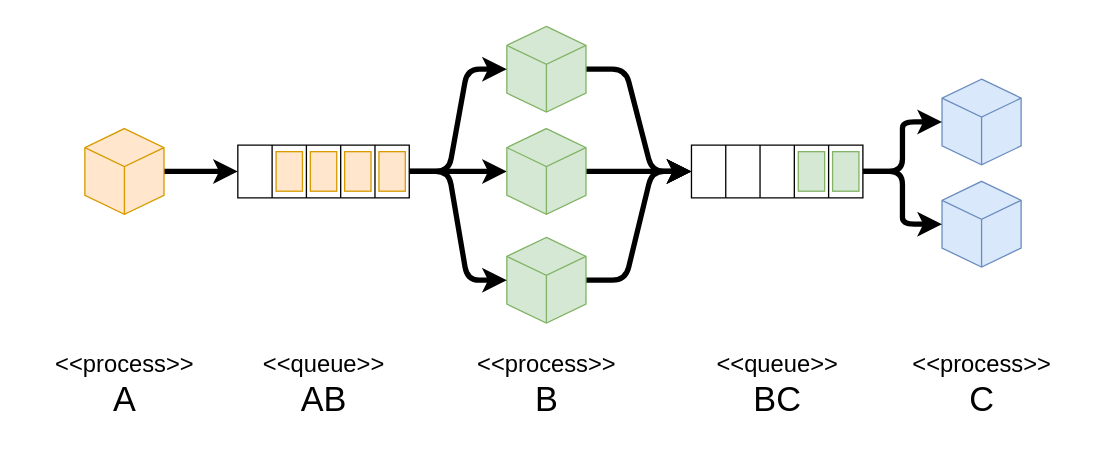
Earlier version of the draw.io export content/전산/공부/Pipe-and-Filter-by-Event-Driven.svg (reddiana/reddiana.github.io). Source tidied: cells renumbered, new cells last; positions are measured from the earlier drawing's top-left corner, leaving out a move shared by most shapes.
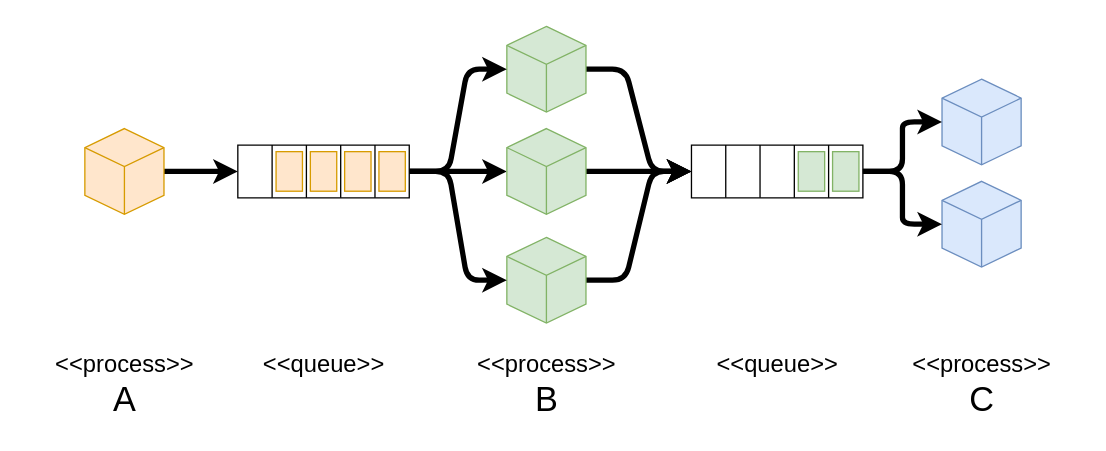
The same diagram one commit later.

Diff of the diagram source:
```diff
@@ -116,10 +116,10 @@
     <mxCell id="39" value="&lt;font style=&quot;scrollbar-width: thin; scrollbar-color: rgb(238, 238, 238) rgb(251, 251, 251); color: rgb(0, 0, 0); font-family: Helvetica; font-style: normal; font-variant-ligatures: normal; font-variant-caps: normal; font-weight: 400; letter-spacing: normal; orphans: 2; text-indent: 0px; text-transform: none; widows: 2; word-spacing: 0px; -webkit-text-stroke-width: 0px; background-color: rgb(255, 255, 255); text-decoration-thickness: initial; text-decoration-style: initial; text-decoration-color: initial; font-size: 18px;&quot;&gt;&amp;lt;&amp;lt;process&amp;gt;&amp;gt;&lt;br style=&quot;scrollbar-width: thin; scrollbar-color: rgb(238, 238, 238) rgb(251, 251, 251);&quot;&gt;&lt;/font&gt;&lt;span style=&quot;font-size: 26px;&quot;&gt;C&lt;/span&gt;" style="text;whiteSpace=wrap;html=1;fontSize=11;fontFamily=Helvetica;fontColor=default;verticalAlign=middle;align=center;" parent="1" vertex="1">
       <mxGeometry x="650" y="242" width="140" height="80" as="geometry" />
     </mxCell>
-    <mxCell id="40" value="&lt;font style=&quot;scrollbar-width: thin; scrollbar-color: rgb(238, 238, 238) rgb(251, 251, 251); color: rgb(0, 0, 0); font-family: Helvetica; font-style: normal; font-variant-ligatures: normal; font-variant-caps: normal; font-weight: 400; letter-spacing: normal; orphans: 2; text-indent: 0px; text-transform: none; widows: 2; word-spacing: 0px; -webkit-text-stroke-width: 0px; background-color: rgb(255, 255, 255); text-decoration-thickness: initial; text-decoration-style: initial; text-decoration-color: initial; font-size: 18px;&quot;&gt;&amp;lt;&amp;lt;queue&amp;gt;&amp;gt;&lt;br style=&quot;scrollbar-width: thin; scrollbar-color: rgb(238, 238, 238) rgb(251, 251, 251);&quot;&gt;&lt;/font&gt;&lt;span style=&quot;font-size: 26px;&quot;&gt;AB&lt;/span&gt;" style="text;whiteSpace=wrap;html=1;fontSize=11;fontFamily=Helvetica;fontColor=default;verticalAlign=middle;align=center;" parent="1" vertex="1">
+    <mxCell id="40" value="&lt;font style=&quot;scrollbar-width: thin; scrollbar-color: rgb(238, 238, 238) rgb(251, 251, 251); color: rgb(0, 0, 0); font-family: Helvetica; font-style: normal; font-variant-ligatures: normal; font-variant-caps: normal; font-weight: 400; letter-spacing: normal; orphans: 2; text-indent: 0px; text-transform: none; widows: 2; word-spacing: 0px; -webkit-text-stroke-width: 0px; background-color: rgb(255, 255, 255); text-decoration-thickness: initial; text-decoration-style: initial; text-decoration-color: initial; font-size: 18px;&quot;&gt;&amp;lt;&amp;lt;queue&amp;gt;&amp;gt;&lt;br style=&quot;scrollbar-width: thin; scrollbar-color: rgb(238, 238, 238) rgb(251, 251, 251);&quot;&gt;&lt;/font&gt;&lt;span style=&quot;font-size: 26px;&quot;&gt;&amp;nbsp;&lt;/span&gt;" style="text;whiteSpace=wrap;html=1;fontSize=11;fontFamily=Helvetica;fontColor=default;verticalAlign=middle;align=center;" parent="1" vertex="1">
       <mxGeometry x="151" y="242" width="140" height="80" as="geometry" />
     </mxCell>
-    <mxCell id="41" value="&lt;font style=&quot;scrollbar-width: thin; scrollbar-color: rgb(238, 238, 238) rgb(251, 251, 251); color: rgb(0, 0, 0); font-family: Helvetica; font-style: normal; font-variant-ligatures: normal; font-variant-caps: normal; font-weight: 400; letter-spacing: normal; orphans: 2; text-indent: 0px; text-transform: none; widows: 2; word-spacing: 0px; -webkit-text-stroke-width: 0px; background-color: rgb(255, 255, 255); text-decoration-thickness: initial; text-decoration-style: initial; text-decoration-color: initial; font-size: 18px;&quot;&gt;&amp;lt;&amp;lt;queue&amp;gt;&amp;gt;&lt;br style=&quot;scrollbar-width: thin; scrollbar-color: rgb(238, 238, 238) rgb(251, 251, 251);&quot;&gt;&lt;/font&gt;&lt;span style=&quot;font-size: 26px;&quot;&gt;BC&lt;/span&gt;" style="text;whiteSpace=wrap;html=1;fontSize=11;fontFamily=Helvetica;fontColor=default;verticalAlign=middle;align=center;" parent="1" vertex="1">
+    <mxCell id="41" value="&lt;font style=&quot;scrollbar-width: thin; scrollbar-color: rgb(238, 238, 238) rgb(251, 251, 251); color: rgb(0, 0, 0); font-family: Helvetica; font-style: normal; font-variant-ligatures: normal; font-variant-caps: normal; font-weight: 400; letter-spacing: normal; orphans: 2; text-indent: 0px; text-transform: none; widows: 2; word-spacing: 0px; -webkit-text-stroke-width: 0px; background-color: rgb(255, 255, 255); text-decoration-thickness: initial; text-decoration-style: initial; text-decoration-color: initial; font-size: 18px;&quot;&gt;&amp;lt;&amp;lt;queue&amp;gt;&amp;gt;&lt;br style=&quot;scrollbar-width: thin; scrollbar-color: rgb(238, 238, 238) rgb(251, 251, 251);&quot;&gt;&lt;/font&gt;&lt;span style=&quot;font-size: 26px;&quot;&gt;&amp;nbsp;&lt;/span&gt;" style="text;whiteSpace=wrap;html=1;fontSize=11;fontFamily=Helvetica;fontColor=default;verticalAlign=middle;align=center;" parent="1" vertex="1">
       <mxGeometry x="495" y="242" width="140" height="80" as="geometry" />
     </mxCell>
     <mxCell id="42" style="rounded=0;whiteSpace=wrap;html=1;fillColor=#ffe6cc;strokeColor=#d79b00;" parent="1" vertex="1">
```
